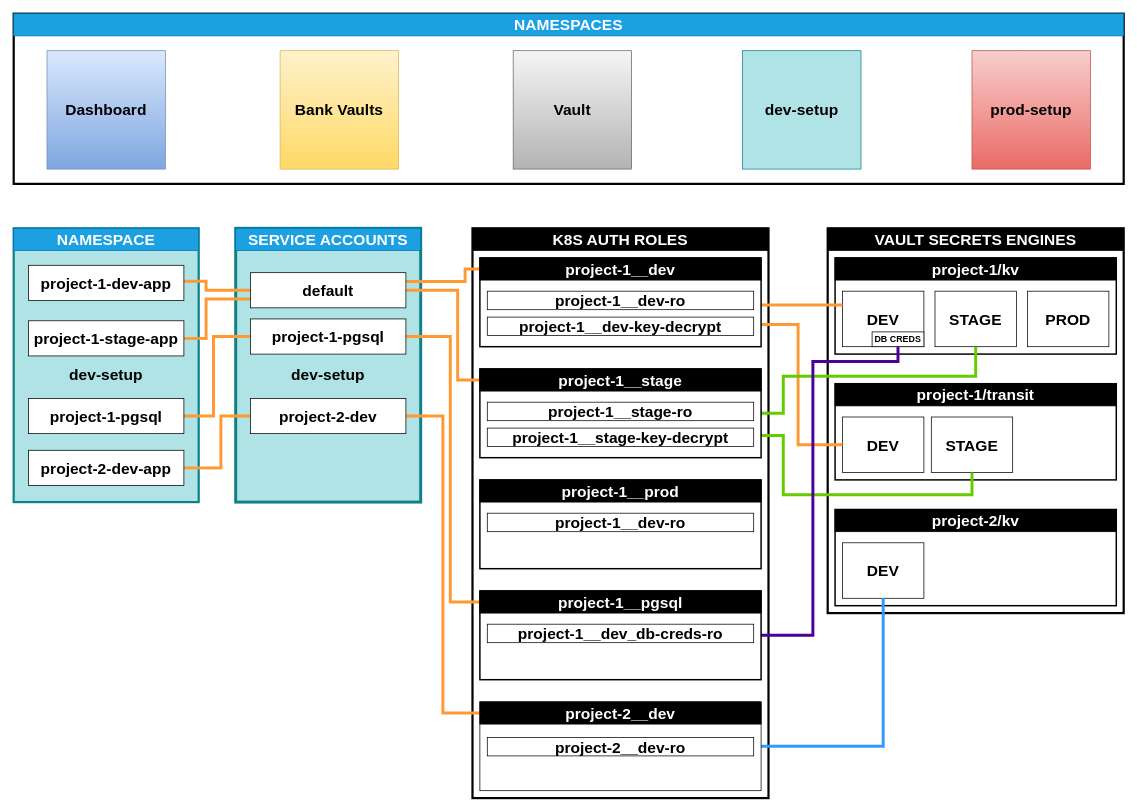
yura-shutkin/k8s-secrets-management keeps this draw.io diagram as docs/demo_scheme_v2.drawio. Above is the earlier version. Source tidied: cells renumbered, new cells numbered last; positions are measured from the earlier drawing's top-left corner, leaving out a move shared by most shapes. Both pictures are drawn from the tidied source at 74%, with x=0, y=0 at pixel (13, 13).
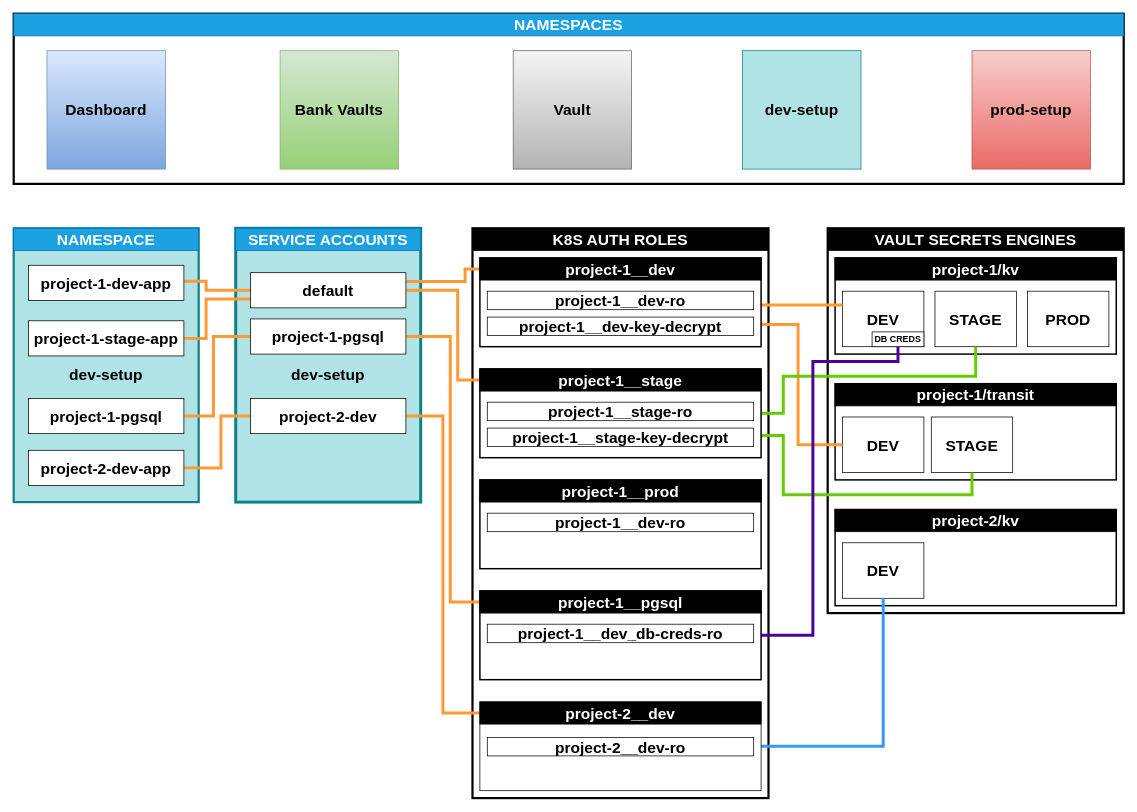
The same diagram, later.

The edit, as a diff of the source:
```diff
@@
-    <mxCell id="5" value="Bank Vaults" style="whiteSpace=wrap;html=1;fontStyle=1;fontSize=21;gradientColor=#ffd966;fillColor=#fff2cc;strokeColor=#d6b656;" parent="1" vertex="1">
+    <mxCell id="5" value="Bank Vaults" style="whiteSpace=wrap;html=1;fontStyle=1;fontSize=21;gradientColor=#97d077;fillColor=#d5e8d4;strokeColor=#82b366;" parent="1" vertex="1">
       <mxGeometry x="360" y="50" width="160" height="160" as="geometry" />
     </mxCell>
```
